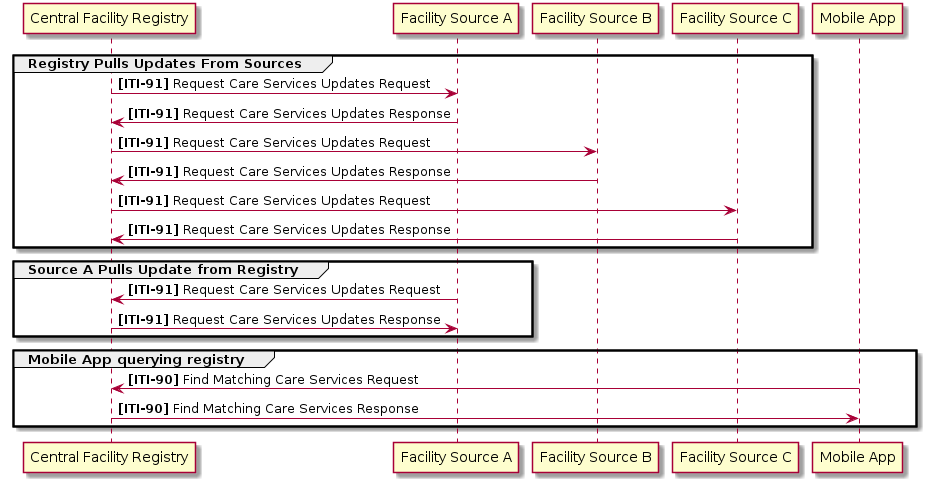
Above: media/federated-facility-registry-sequence.png in IHE/mCSD-Whitepaper (PlantUML), before the change.
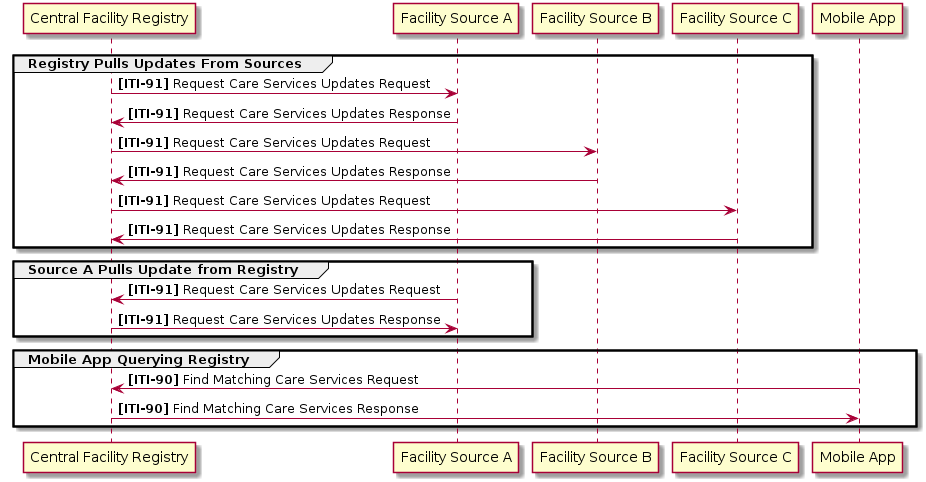
The same file after the commit.

Change to the diagram source:
```diff
@@ -24,7 +24,7 @@
 registry -> sourcea: <b>[ITI-91]</b> Request Care Services Updates Response
 end
 
-group Mobile App querying registry
+group Mobile App Querying Registry
 mobile -> registry: <b>[ITI-90]</b> Find Matching Care Services Request
 registry -> mobile: <b>[ITI-90]</b> Find Matching Care Services Response
 end
```
